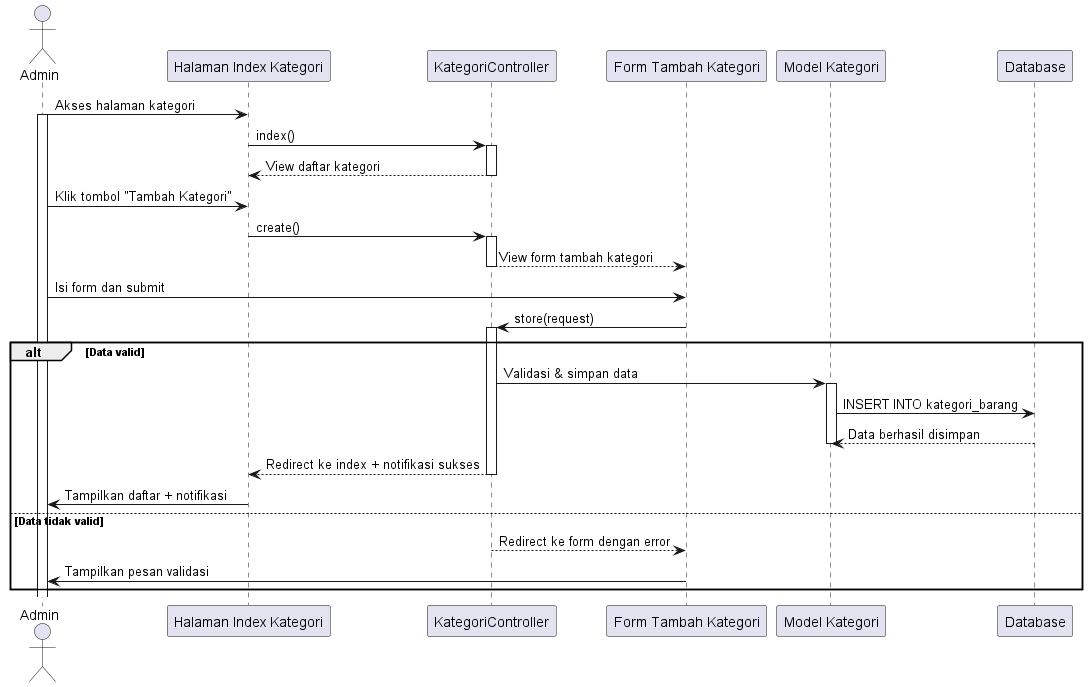
This is out/sequence diagram/kategori barang/membuat_kategori_barang/membuat_kategori_barang.png from tengahcang/UML_TA, a PlantUML export, as it was before one commit. Its diagram source:
```plantuml
@startuml
actor Admin

participant "Halaman Index Kategori" as KategoriIndex
participant "KategoriController" as Controller
participant "Form Tambah Kategori" as KategoriForm
participant "Model Kategori" as KategoriModel
participant "Database" as DB

Admin -> KategoriIndex: Akses halaman kategori
activate Admin
KategoriIndex -> Controller: index()
activate Controller
Controller --> KategoriIndex: View daftar kategori
deactivate Controller

Admin -> KategoriIndex: Klik tombol "Tambah Kategori"
KategoriIndex -> Controller: create()
activate Controller
Controller --> KategoriForm: View form tambah kategori
deactivate Controller

Admin -> KategoriForm: Isi form dan submit
KategoriForm -> Controller: store(request)
activate Controller

alt Data valid
    Controller -> KategoriModel: Validasi & simpan data
    activate KategoriModel
    KategoriModel -> DB: INSERT INTO kategori_barang
    DB --> KategoriModel: Data berhasil disimpan
    deactivate KategoriModel

    Controller --> KategoriIndex: Redirect ke index + notifikasi sukses
    deactivate Controller
    KategoriIndex -> Admin: Tampilkan daftar + notifikasi
else Data tidak valid
    Controller --> KategoriForm: Redirect ke form dengan error
    deactivate Controller
    KategoriForm -> Admin: Tampilkan pesan validasi
end

@enduml
```
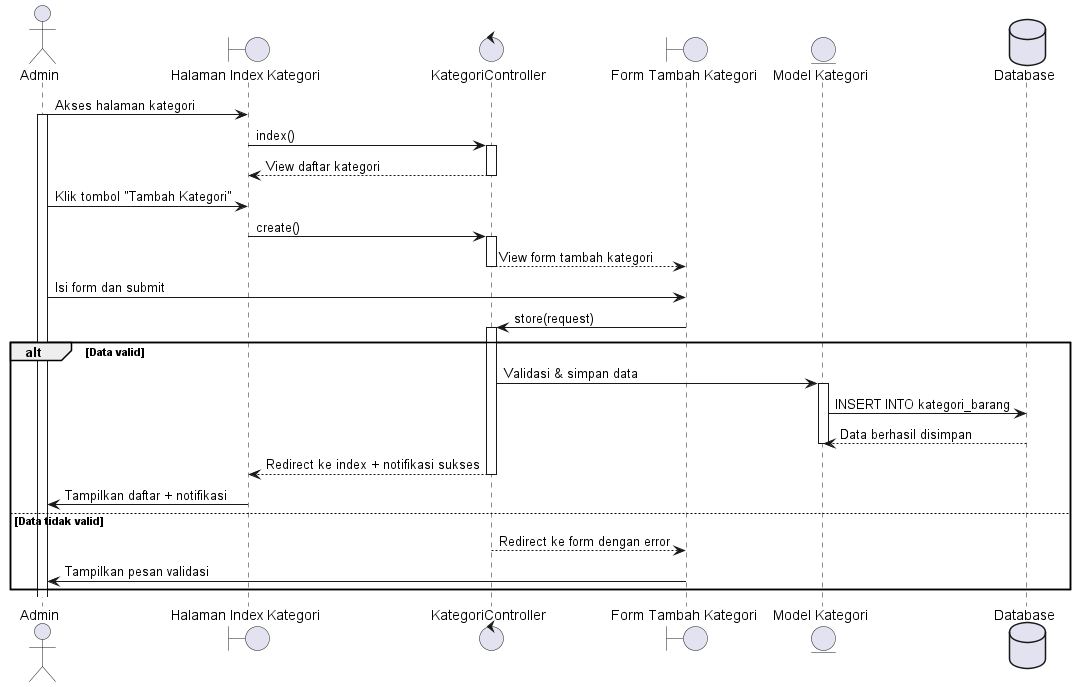
After the commit.

What changed in the source:
```diff
@@ -1,11 +1,11 @@
 @startuml
 actor Admin
 
-participant "Halaman Index Kategori" as KategoriIndex
-participant "KategoriController" as Controller
-participant "Form Tambah Kategori" as KategoriForm
-participant "Model Kategori" as KategoriModel
-participant "Database" as DB
+boundary "Halaman Index Kategori" as KategoriIndex
+control "KategoriController" as Controller
+boundary "Form Tambah Kategori" as KategoriForm
+entity "Model Kategori" as KategoriModel
+database "Database" as DB
 
 Admin -> KategoriIndex: Akses halaman kategori
 activate Admin
```
